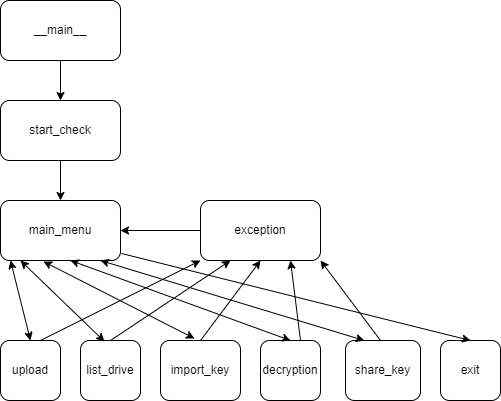
The draw.io diagram CryptDrive_Flowchart.drawio.png in ngimb64/Crypt-Drive, before a commit. Source tidied: cells renumbered, new cells last; positions are measured from the earlier drawing's top-left corner, leaving out a move shared by most shapes.
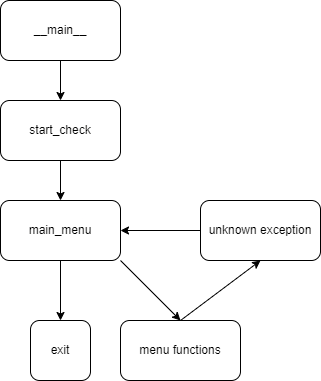
The same file after the commit.

What changed in the source:
```diff
@@ -20,76 +20,29 @@
     <mxCell id="7" style="edgeStyle=orthogonalEdgeStyle;rounded=0;jettySize=auto;html=1;" parent="1" edge="1" source="8" target="6">
       <mxGeometry relative="1" as="geometry" />
     </mxCell>
-    <mxCell id="8" value="exception" style="rounded=1;whiteSpace=wrap;html=1;" parent="1" vertex="1">
+    <mxCell id="8" value="unknown exception" style="rounded=1;whiteSpace=wrap;html=1;" parent="1" vertex="1">
       <mxGeometry x="200" y="200" width="120" height="60" as="geometry" />
     </mxCell>
-    <mxCell id="9" value="upload" style="rounded=1;whiteSpace=wrap;html=1;" parent="1" vertex="1">
-      <mxGeometry y="340" width="60" height="60" as="geometry" />
-    </mxCell>
-    <mxCell id="10" value="list_drive" style="rounded=1;whiteSpace=wrap;html=1;" parent="1" vertex="1">
-      <mxGeometry x="80" y="340" width="60" height="60" as="geometry" />
-    </mxCell>
-    <mxCell id="11" value="import_key" style="rounded=1;whiteSpace=wrap;html=1;" parent="1" vertex="1">
-      <mxGeometry x="160" y="340" width="80" height="60" as="geometry" />
-    </mxCell>
-    <mxCell id="12" value="decryption" style="rounded=1;whiteSpace=wrap;html=1;" parent="1" vertex="1">
-      <mxGeometry x="260" y="340" width="60" height="60" as="geometry" />
-    </mxCell>
-    <mxCell id="13" value="share_key" style="rounded=1;whiteSpace=wrap;html=1;" parent="1" vertex="1">
-      <mxGeometry x="345" y="340" width="75" height="60" as="geometry" />
-    </mxCell>
     <mxCell id="14" value="exit" style="rounded=1;whiteSpace=wrap;html=1;" parent="1" vertex="1">
-      <mxGeometry x="440" y="340" width="60" height="60" as="geometry" />
+      <mxGeometry x="30" y="320" width="60" height="60" as="geometry" />
     </mxCell>
-    <mxCell id="15" style="endArrow=classic;html=1;rounded=0;" parent="1" edge="1">
-      <mxGeometry relative="1" as="geometry">
-        <mxPoint x="40" y="340" as="sourcePoint" />
-        <mxPoint x="200" y="260" as="targetPoint" />
-      </mxGeometry>
-    </mxCell>
-    <mxCell id="16" style="endArrow=classic;html=1;rounded=0;entryX=0.25;entryY=1;entryDx=0;entryDy=0;" parent="1" edge="1" target="8">
-      <mxGeometry relative="1" as="geometry">
-        <mxPoint x="110" y="340" as="sourcePoint" />
-      </mxGeometry>
-    </mxCell>
-    <mxCell id="17" style="endArrow=classic;html=1;rounded=0;entryX=0.5;entryY=1;entryDx=0;entryDy=0;" parent="1" edge="1" target="8">
-      <mxGeometry relative="1" as="geometry">
-        <mxPoint x="200" y="340" as="sourcePoint" />
-      </mxGeometry>
-    </mxCell>
-    <mxCell id="18" style="endArrow=classic;html=1;rounded=0;entryX=1;entryY=1;entryDx=0;entryDy=0;" parent="1" edge="1" target="8">
-      <mxGeometry relative="1" as="geometry">
-        <mxPoint x="380" y="340" as="sourcePoint" />
-      </mxGeometry>
-    </mxCell>
-    <mxCell id="19" style="endArrow=classic;html=1;rounded=0;entryX=0.75;entryY=1;entryDx=0;entryDy=0;" parent="1" edge="1" target="8">
-      <mxGeometry relative="1" as="geometry">
-        <mxPoint x="300" y="340" as="sourcePoint" />
-      </mxGeometry>
-    </mxCell>
-    <mxCell id="20" style="endArrow=classic;startArrow=classic;html=1;rounded=0;exitX=0.5;exitY=0;exitDx=0;exitDy=0;" parent="1" edge="1" source="9">
-      <mxGeometry relative="1" as="geometry">
-        <mxPoint x="10" y="260" as="targetPoint" />
-      </mxGeometry>
-    </mxCell>
-    <mxCell id="21" style="endArrow=classic;startArrow=classic;html=1;rounded=0;exitX=0.4;exitY=0.017;exitDx=0;exitDy=0;exitPerimeter=0;" parent="1" edge="1" source="10">
-      <mxGeometry relative="1" as="geometry">
-        <mxPoint x="20" y="260" as="targetPoint" />
-      </mxGeometry>
-    </mxCell>
-    <mxCell id="22" style="endArrow=classic;startArrow=classic;html=1;rounded=0;exitX=0.425;exitY=-0.033;exitDx=0;exitDy=0;exitPerimeter=0;entryX=0.358;entryY=1.017;entryDx=0;entryDy=0;entryPerimeter=0;" parent="1" edge="1" source="11" target="6">
-      <mxGeometry relative="1" as="geometry" />
-    </mxCell>
-    <mxCell id="23" style="endArrow=classic;startArrow=classic;html=1;rounded=0;exitX=0.5;exitY=0;exitDx=0;exitDy=0;" parent="1" edge="1" source="12">
-      <mxGeometry relative="1" as="geometry">
-        <mxPoint x="70" y="260" as="targetPoint" />
-      </mxGeometry>
-    </mxCell>
-    <mxCell id="24" style="endArrow=classic;startArrow=classic;html=1;rounded=0;entryX=0.833;entryY=1;entryDx=0;entryDy=0;entryPerimeter=0;exitX=0.25;exitY=0;exitDx=0;exitDy=0;" parent="1" edge="1" source="13" target="6">
-      <mxGeometry relative="1" as="geometry" />
-    </mxCell>
-    <mxCell id="25" style="endArrow=classic;html=1;rounded=0;exitX=1.008;exitY=0.883;exitDx=0;exitDy=0;exitPerimeter=0;entryX=0.5;entryY=0;entryDx=0;entryDy=0;" parent="1" edge="1" source="6" target="14">
-      <mxGeometry relative="1" as="geometry" />
-    </mxCell>
+    <mxCell id="26" value="menu functions" style="rounded=1;whiteSpace=wrap;html=1;" parent="1" vertex="1">
+      <mxGeometry x="120" y="320" width="120" height="60" as="geometry" />
+    </mxCell>
+    <mxCell id="27" style="endArrow=classic;html=1;rounded=0;entryX=0.5;entryY=0;entryDx=0;entryDy=0;" parent="1" edge="1" target="26">
+      <mxGeometry relative="1" as="geometry">
+        <mxPoint x="120" y="260" as="sourcePoint" />
+      </mxGeometry>
+    </mxCell>
+    <mxCell id="28" style="endArrow=classic;html=1;rounded=0;entryX=0.5;entryY=0;entryDx=0;entryDy=0;" parent="1" edge="1" target="14">
+      <mxGeometry relative="1" as="geometry">
+        <mxPoint x="60" y="260" as="sourcePoint" />
+      </mxGeometry>
+    </mxCell>
+    <mxCell id="29" style="endArrow=classic;html=1;rounded=0;entryX=0.5;entryY=1;entryDx=0;entryDy=0;" parent="1" edge="1" target="8">
+      <mxGeometry relative="1" as="geometry">
+        <mxPoint x="180" y="320" as="sourcePoint" />
+      </mxGeometry>
+    </mxCell>
   </root>
 </mxGraphModel>
```
